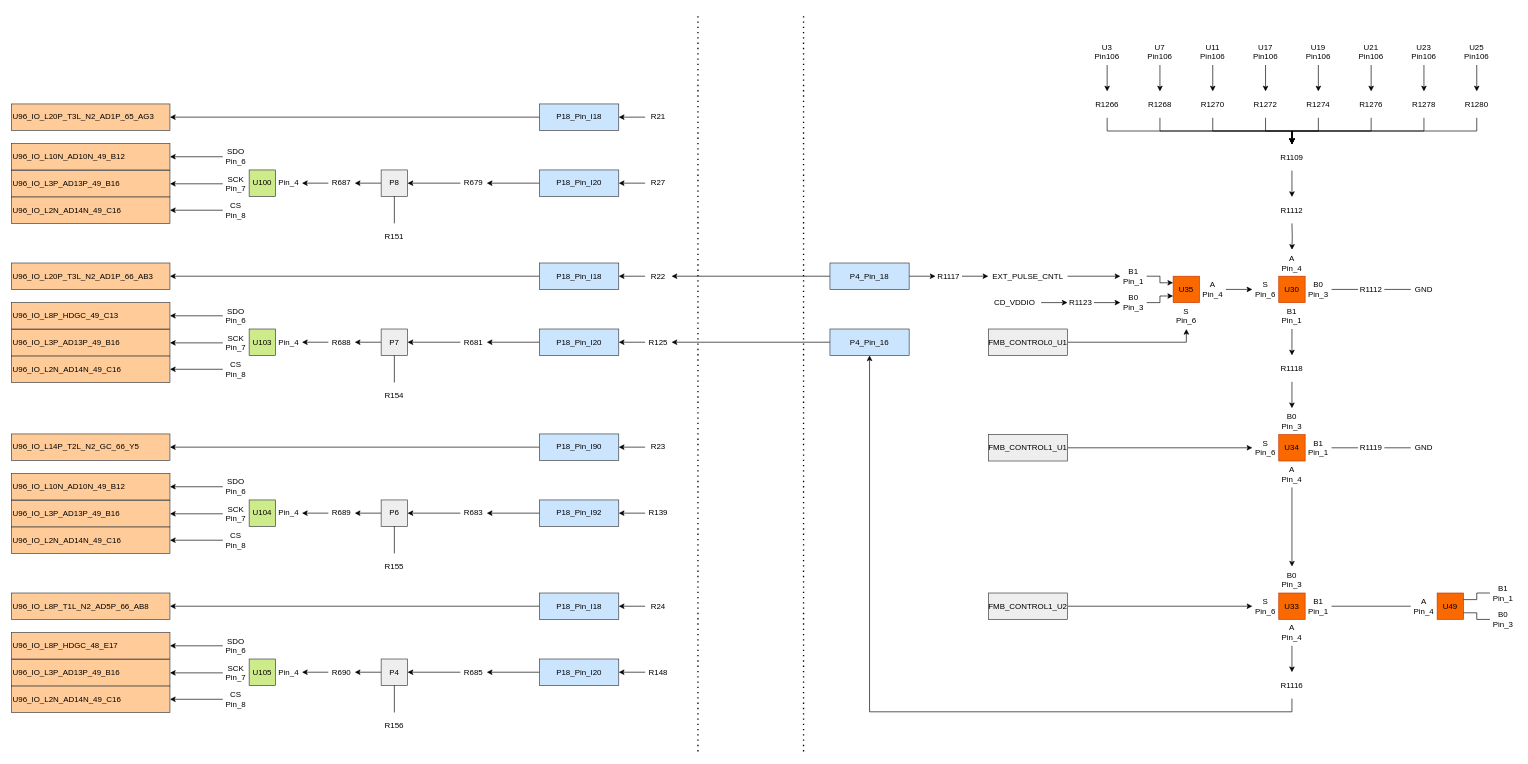
lkebnl/Draw_IO keeps this draw.io diagram as AI_QC.drawio. Above is the earlier version. Source tidied: cells renumbered, new cells numbered last; positions are measured from the earlier drawing's top-left corner, leaving out a move shared by most shapes. Both pictures are drawn from the tidied source at 66%, with x=0, y=0 at pixel (11, 12).
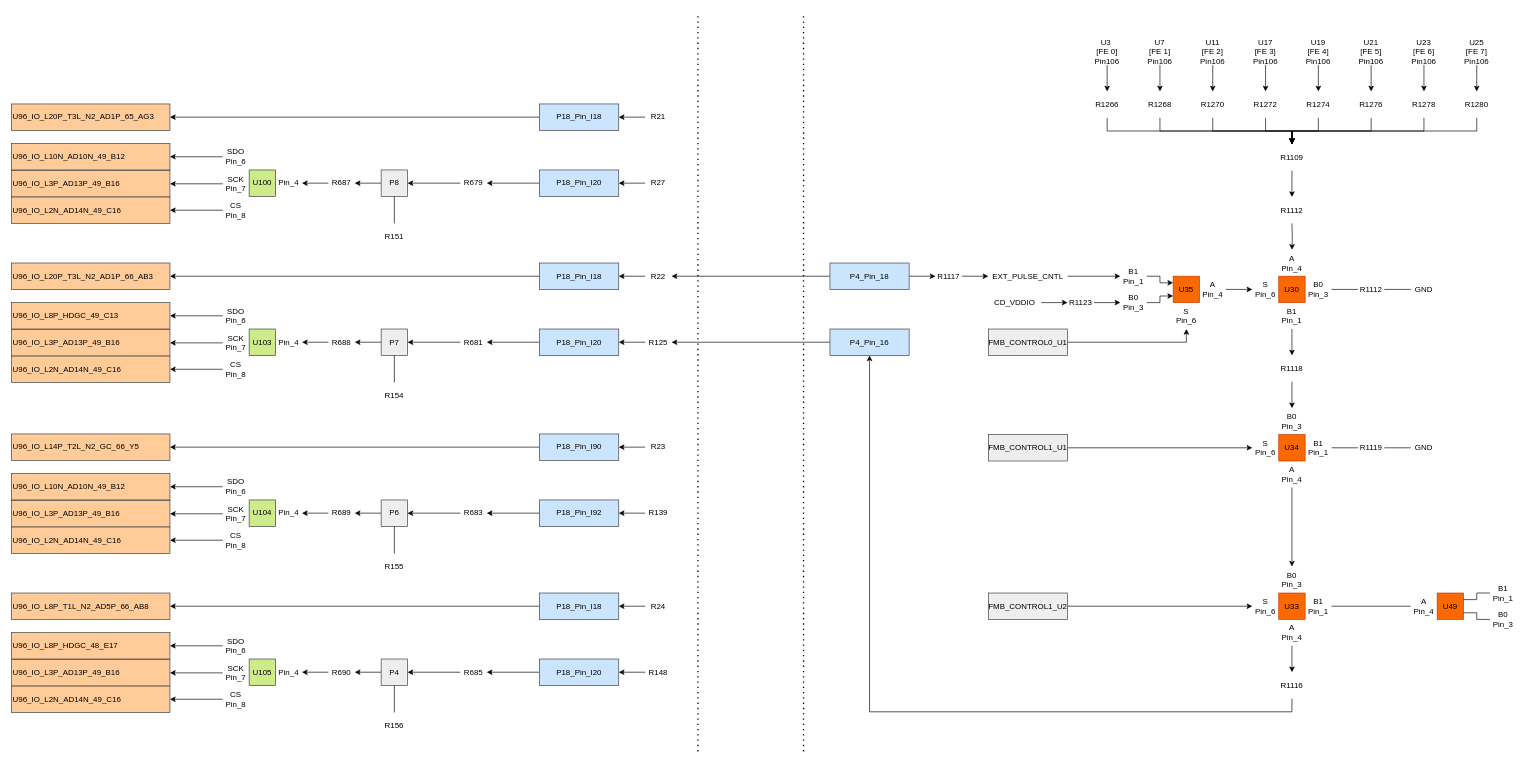
The same diagram, later.

What changed in the source:
```diff
@@
-    <mxCell id="3" value="U3&lt;div&gt;Pin106&lt;/div&gt;" style="text;html=1;align=center;verticalAlign=middle;whiteSpace=wrap;rounded=0;" parent="1" vertex="1">
+    <mxCell id="3" value="U3&amp;nbsp;&lt;div&gt;[FE 0]&lt;div&gt;Pin106&lt;/div&gt;&lt;/div&gt;" style="text;html=1;align=center;verticalAlign=middle;whiteSpace=wrap;rounded=0;" parent="1" vertex="1">
       <mxGeometry x="1640" y="40" width="40" height="40" as="geometry" />
     </mxCell>
@@
-    <mxCell id="5" value="U7&lt;div&gt;Pin106&lt;/div&gt;" style="text;html=1;align=center;verticalAlign=middle;whiteSpace=wrap;rounded=0;" parent="1" vertex="1">
+    <mxCell id="5" value="U7&lt;div&gt;[FE 1]&lt;br&gt;&lt;div&gt;Pin106&lt;/div&gt;&lt;/div&gt;" style="text;html=1;align=center;verticalAlign=middle;whiteSpace=wrap;rounded=0;" parent="1" vertex="1">
       <mxGeometry x="1720" y="40" width="40" height="40" as="geometry" />
     </mxCell>
@@
-    <mxCell id="7" value="U11&lt;div&gt;Pin106&lt;/div&gt;" style="text;html=1;align=center;verticalAlign=middle;whiteSpace=wrap;rounded=0;" parent="1" vertex="1">
+    <mxCell id="7" value="U11&lt;div&gt;[FE 2]&lt;br&gt;&lt;div&gt;Pin106&lt;/div&gt;&lt;/div&gt;" style="text;html=1;align=center;verticalAlign=middle;whiteSpace=wrap;rounded=0;" parent="1" vertex="1">
       <mxGeometry x="1800" y="40" width="40" height="40" as="geometry" />
     </mxCell>
@@
-    <mxCell id="9" value="U17&lt;div&gt;Pin106&lt;/div&gt;" style="text;html=1;align=center;verticalAlign=middle;whiteSpace=wrap;rounded=0;" parent="1" vertex="1">
+    <mxCell id="9" value="U17&lt;div&gt;[FE 3]&lt;br&gt;&lt;div&gt;Pin106&lt;/div&gt;&lt;/div&gt;" style="text;html=1;align=center;verticalAlign=middle;whiteSpace=wrap;rounded=0;" parent="1" vertex="1">
       <mxGeometry x="1880" y="40" width="40" height="40" as="geometry" />
     </mxCell>
@@
-    <mxCell id="11" value="U19&lt;div&gt;Pin106&lt;/div&gt;" style="text;html=1;align=center;verticalAlign=middle;whiteSpace=wrap;rounded=0;" parent="1" vertex="1">
+    <mxCell id="11" value="U19&lt;div&gt;[FE 4]&lt;br&gt;&lt;div&gt;Pin106&lt;/div&gt;&lt;/div&gt;" style="text;html=1;align=center;verticalAlign=middle;whiteSpace=wrap;rounded=0;" parent="1" vertex="1">
       <mxGeometry x="1960" y="40" width="40" height="40" as="geometry" />
     </mxCell>
@@
-    <mxCell id="23" value="U21&lt;div&gt;Pin106&lt;/div&gt;" style="text;html=1;align=center;verticalAlign=middle;whiteSpace=wrap;rounded=0;" parent="1" vertex="1">
+    <mxCell id="23" value="U21&lt;div&gt;[FE 5]&lt;br&gt;&lt;div&gt;Pin106&lt;/div&gt;&lt;/div&gt;" style="text;html=1;align=center;verticalAlign=middle;whiteSpace=wrap;rounded=0;" parent="1" vertex="1">
       <mxGeometry x="2040" y="40" width="40" height="40" as="geometry" />
     </mxCell>
@@
-    <mxCell id="27" value="U23&lt;div&gt;Pin106&lt;/div&gt;" style="text;html=1;align=center;verticalAlign=middle;whiteSpace=wrap;rounded=0;" parent="1" vertex="1">
+    <mxCell id="27" value="U23&lt;div&gt;[FE 6]&lt;br&gt;&lt;div&gt;Pin106&lt;/div&gt;&lt;/div&gt;" style="text;html=1;align=center;verticalAlign=middle;whiteSpace=wrap;rounded=0;" parent="1" vertex="1">
       <mxGeometry x="2120" y="40" width="40" height="40" as="geometry" />
     </mxCell>
@@
-    <mxCell id="31" value="U25&lt;div&gt;Pin106&lt;/div&gt;" style="text;html=1;align=center;verticalAlign=middle;whiteSpace=wrap;rounded=0;" parent="1" vertex="1">
+    <mxCell id="31" value="U25&lt;div&gt;[FE 7]&lt;br&gt;&lt;div&gt;Pin106&lt;/div&gt;&lt;/div&gt;" style="text;html=1;align=center;verticalAlign=middle;whiteSpace=wrap;rounded=0;" parent="1" vertex="1">
       <mxGeometry x="2200" y="40" width="40" height="40" as="geometry" />
     </mxCell>
```
